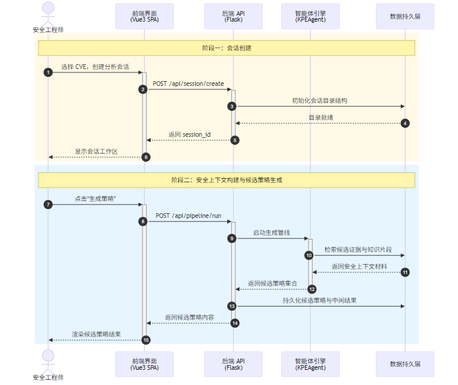
Before: images/chap4/pipeline_sequence_a.png, a diagram exported from Mermaid (Ivanbeethoven/ustb_graduator_paper). Its source is kept beside it as images/chap4/pipeline_sequence_a.mmd. The source it was exported from:
```mermaid
%%{init: {
  'theme': 'base',
  'themeVariables': {
    'fontSize': '22px',
    'fontFamily': '"Microsoft YaHei","PingFang SC","Noto Sans SC",sans-serif',
    'lineColor': '#64748b',
    'primaryTextColor': '#1f2937'
  }
}}%%
sequenceDiagram
    autonumber
    actor User as 安全工程师
    participant UI as 前端界面<br/>(Vue3 SPA)
    participant API as 后端 API<br/>(Flask)
    participant Agent as 智能体引擎<br/>(KPEAgent)
    participant DB as 数据持久层

    rect rgb(255, 249, 230)
        Note over User, DB: 阶段一：会话创建
        User ->>+ UI: 选择 CVE，创建分析会话
        UI ->>+ API: POST /api/session/create
        API ->> DB: 初始化会话目录结构
        DB -->> API: 目录就绪
        API -->>- UI: 返回 session_id
        UI -->>- User: 显示会话工作区
    end

    rect rgb(230, 245, 255)
        Note over User, DB: 阶段二：安全上下文构建与候选策略生成
        User ->>+ UI: 点击"生成策略"
        UI ->>+ API: POST /api/pipeline/run
        API ->>+ Agent: 启动生成管线
        Agent ->> DB: 检索候选证据与知识片段
        DB -->> Agent: 返回安全上下文材料
        Agent -->>- API: 返回候选策略集合
        API ->> DB: 持久化候选策略与中间结果
        API -->>- UI: 返回候选策略内容
        UI -->>- User: 渲染候选策略结果
    end
```
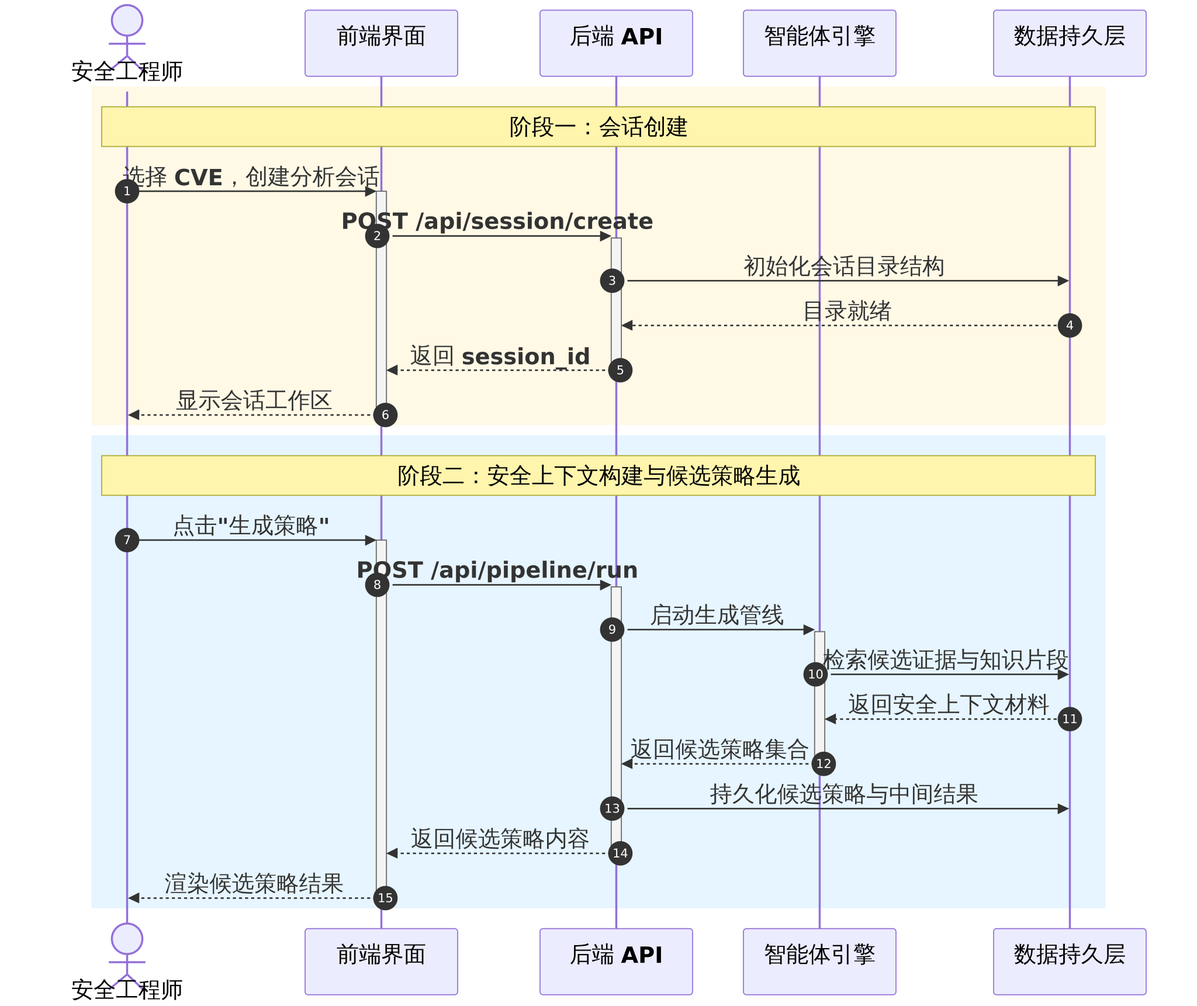
After the commit.

The edit, as a diff of the source:
```diff
@@ -1,18 +1,19 @@
 %%{init: {
   'theme': 'base',
-  'themeVariables': {
-    'fontSize': '22px',
-    'fontFamily': '"Microsoft YaHei","PingFang SC","Noto Sans SC",sans-serif',
-    'lineColor': '#64748b',
-    'primaryTextColor': '#1f2937'
-  }
+  'themeCSS': '
+    text { font-size: 32px !important; }
+    .messageText { font-size: 32px !important; }
+    .actor { font-size: 36px !important; }
+    .noteText { font-size: 30px !important; }
+  '
 }}%%
+
 sequenceDiagram
     autonumber
     actor User as 安全工程师
-    participant UI as 前端界面<br/>(Vue3 SPA)
-    participant API as 后端 API<br/>(Flask)
-    participant Agent as 智能体引擎<br/>(KPEAgent)
+    participant UI as 前端界面
+    participant API as 后端 API
+    participant Agent as 智能体引擎
     participant DB as 数据持久层
 
     rect rgb(255, 249, 230)
```
